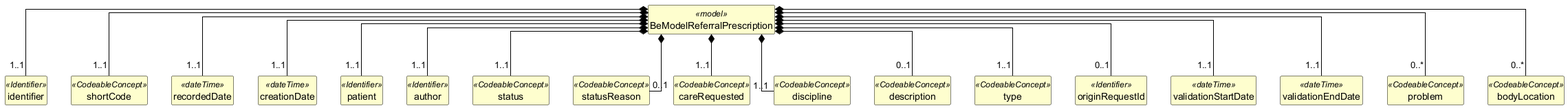
Earlier version of the PlantUML export exports/diagrams/BeModelReferralPrescription-uml.png (caresets/caresets-src).
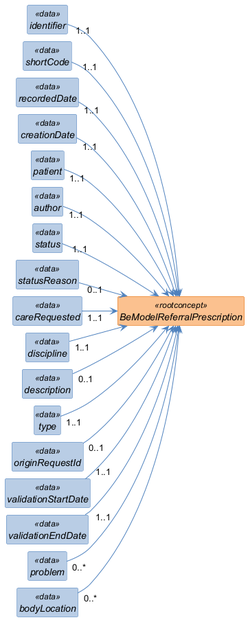
The same diagram one commit later.

Diff of the diagram source:
```diff
@@ -1,86 +1,93 @@
 @startuml
+left to right direction
 skinparam shadowing false
+skinparam nodesep 10
+skinparam ranksep 40
 skinparam classAttributeIconSize 0
-skinparam linetype ortho
 skinparam class {
-  BackgroundColor #FEFECE
-  BorderColor #000000
-  ArrowColor #000000
-  FontStyle bold
-  AttributeFontStyle normal
+  FontStyle italic
+  BackgroundColor<<rootconcept>> #FAC08F
+  BorderColor<<rootconcept>> #E36C0A
+  BackgroundColor<<data>> #B8CCE4
+  BorderColor<<data>> #4F81BD
+  BackgroundColor<<reference>> #D9D9D9
+  BorderColor<<reference>> #808080
+  BackgroundColor<<value set>> #C3D69B
+  BorderColor<<value set>> #77933C
+  ArrowColor #4F81BD
 }
 hide circle
 hide empty members
 
-class "BeModelReferralPrescription" as BeModelReferralPrescription <<model>> {
+class "BeModelReferralPrescription" as BeModelReferralPrescription <<rootconcept>> {
 }
 
-class "identifier" as BeModelReferralPrescription_identifier <<Identifier>> {
+class "identifier" as BeModelReferralPrescription_identifier <<data>> {
 }
 
-class "shortCode" as BeModelReferralPrescription_shortCode <<CodeableConcept>> {
+class "shortCode" as BeModelReferralPrescription_shortCode <<data>> {
 }
 
-class "recordedDate" as BeModelReferralPrescription_recordedDate <<dateTime>> {
+class "recordedDate" as BeModelReferralPrescription_recordedDate <<data>> {
 }
 
-class "creationDate" as BeModelReferralPrescription_creationDate <<dateTime>> {
+class "creationDate" as BeModelReferralPrescription_creationDate <<data>> {
 }
 
-class "patient" as BeModelReferralPrescription_patient <<Identifier>> {
+class "patient" as BeModelReferralPrescription_patient <<data>> {
 }
 
-class "author" as BeModelReferralPrescription_author <<Identifier>> {
+class "author" as BeModelReferralPrescription_author <<data>> {
 }
 
-class "status" as BeModelReferralPrescription_status <<CodeableConcept>> {
+class "status" as BeModelReferralPrescription_status <<data>> {
 }
 
-class "statusReason" as BeModelReferralPrescription_statusReason <<CodeableConcept>> {
+class "statusReason" as BeModelReferralPrescription_statusReason <<data>> {
 }
 
-class "careRequested" as BeModelReferralPrescription_careRequested <<CodeableConcept>> {
+class "careRequested" as BeModelReferralPrescription_careRequested <<data>> {
 }
 
-class "discipline" as BeModelReferralPrescription_discipline <<CodeableConcept>> {
+class "discipline" as BeModelReferralPrescription_discipline <<data>> {
 }
 
-class "description" as BeModelReferralPrescription_description <<CodeableConcept>> {
+class "description" as BeModelReferralPrescription_description <<data>> {
 }
 
-class "type" as BeModelReferralPrescription_type <<CodeableConcept>> {
+class "type" as BeModelReferralPrescription_type <<data>> {
 }
 
-class "originRequestId" as BeModelReferralPrescription_originRequestId <<Identifier>> {
+class "originRequestId" as BeModelReferralPrescription_originRequestId <<data>> {
 }
 
-class "validationStartDate" as BeModelReferralPrescription_validationStartDate <<dateTime>> {
+class "validationStartDate" as BeModelReferralPrescription_validationStartDate <<data>> {
 }
 
-class "validationEndDate" as BeModelReferralPrescription_validationEndDate <<dateTime>> {
+class "validationEndDate" as BeModelReferralPrescription_validationEndDate <<data>> {
 }
 
-class "problem" as BeModelReferralPrescription_problem <<CodeableConcept>> {
+class "problem" as BeModelReferralPrescription_problem <<data>> {
 }
 
-class "bodyLocation" as BeModelReferralPrescription_bodyLocation <<CodeableConcept>> {
+class "bodyLocation" as BeModelReferralPrescription_bodyLocation <<data>> {
 }
 
-BeModelReferralPrescription *-- "1..1" BeModelReferralPrescription_identifier
-BeModelReferralPrescription *-- "1..1" BeModelReferralPrescription_shortCode
-BeModelReferralPrescription *-- "1..1" BeModelReferralPrescription_recordedDate
-BeModelReferralPrescription *-- "1..1" BeModelReferralPrescription_creationDate
-BeModelReferralPrescription *-- "1..1" BeModelReferralPrescription_patient
-BeModelReferralPrescription *-- "1..1" BeModelReferralPrescription_author
-BeModelReferralPrescription *-- "1..1" BeModelReferralPrescription_status
-BeModelReferralPrescription *-- "0..1" BeModelReferralPrescription_statusReason
-BeModelReferralPrescription *-- "1..1" BeModelReferralPrescription_careRequested
-BeModelReferralPrescription *-- "1..1" BeModelReferralPrescription_discipline
-BeModelReferralPrescription *-- "0..1" BeModelReferralPrescription_description
-BeModelReferralPrescription *-- "1..1" BeModelReferralPrescription_type
-BeModelReferralPrescription *-- "0..1" BeModelReferralPrescription_originRequestId
-BeModelReferralPrescription *-- "1..1" BeModelReferralPrescription_validationStartDate
-BeModelReferralPrescription *-- "1..1" BeModelReferralPrescription_validationEndDate
-BeModelReferralPrescription *-- "0..*" BeModelReferralPrescription_problem
-BeModelReferralPrescription *-- "0..*" BeModelReferralPrescription_bodyLocation
+BeModelReferralPrescription_identifier "1..1" --> BeModelReferralPrescription
+BeModelReferralPrescription_shortCode "1..1" --> BeModelReferralPrescription
+BeModelReferralPrescription_recordedDate "1..1" --> BeModelReferralPrescription
+BeModelReferralPrescription_creationDate "1..1" --> BeModelReferralPrescription
+BeModelReferralPrescription_patient "1..1" --> BeModelReferralPrescription
+BeModelReferralPrescription_author "1..1" --> BeModelReferralPrescription
+BeModelReferralPrescription_status "1..1" --> BeModelReferralPrescription
+BeModelReferralPrescription_statusReason "0..1" --> BeModelReferralPrescription
+BeModelReferralPrescription_careRequested "1..1" --> BeModelReferralPrescription
+BeModelReferralPrescription_discipline "1..1" --> BeModelReferralPrescription
+BeModelReferralPrescription_description "0..1" --> BeModelReferralPrescription
+BeModelReferralPrescription_type "1..1" --> BeModelReferralPrescription
+BeModelReferralPrescription_originRequestId "0..1" --> BeModelReferralPrescription
+BeModelReferralPrescription_validationStartDate "1..1" --> BeModelReferralPrescription
+BeModelReferralPrescription_validationEndDate "1..1" --> BeModelReferralPrescription
+BeModelReferralPrescription_problem "0..*" --> BeModelReferralPrescription
+BeModelReferralPrescription_bodyLocation "0..*" --> BeModelReferralPrescription
 @enduml
```
